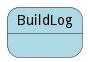
madajaju/edgemere keeps this PlantUML diagram as docs/edgemere/aml/ds/pm/models/buildlog/statenet.png. Above is the earlier version.
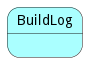
The same file after the commit.

What changed in the source:
```diff
@@ -2,7 +2,7 @@
 
 
 
-state BuildLog #lightblue {
+state BuildLog #aaffff {
 
 
 
```
